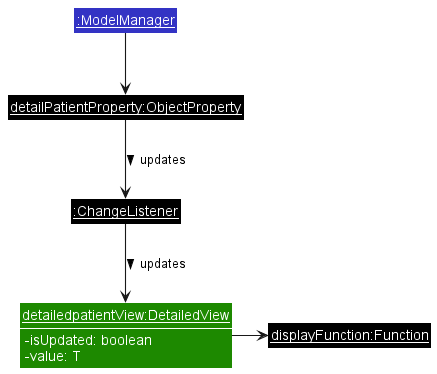
nus-cs2103-AY2223S2/tp keeps this PlantUML diagram as docs/images/UiDetailedViewPatientObjectDiagram.png. Above is the earlier version.
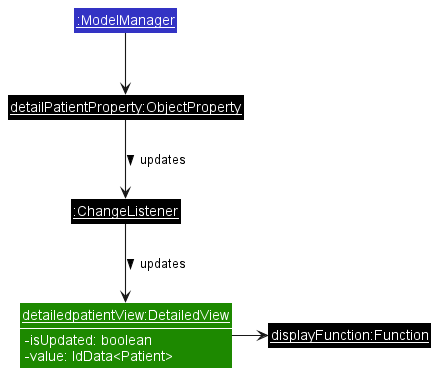
Later version of the same file.

The edit, as a diff of the source:
```diff
@@ -7,7 +7,7 @@
 
 Class "<u>detailedpatientView:DetailedView</u>" as DetailedView UI_COLOR {
     -isUpdated: boolean
-    -value: T
+    -value: IdData<Patient>
 }
 show DetailedView fields
 
```
